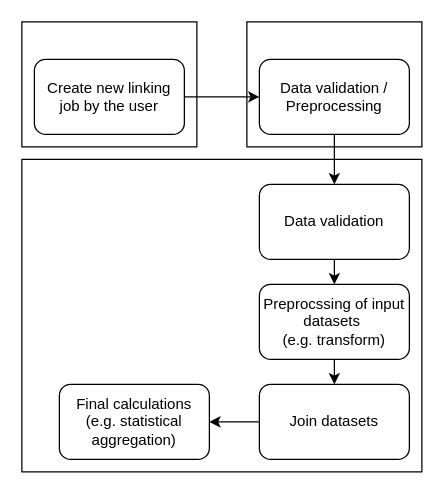
Earlier version of the draw.io diagram sora/agit_workflow_linking.drawio (traveller195/draw_io). Source tidied: cells renumbered, new cells numbered last; positions are measured from the earlier drawing's top-left corner, leaving out a move shared by most shapes. Both pictures are drawn from the tidied source at 125%, with x=0, y=0 at pixel (21, 21).
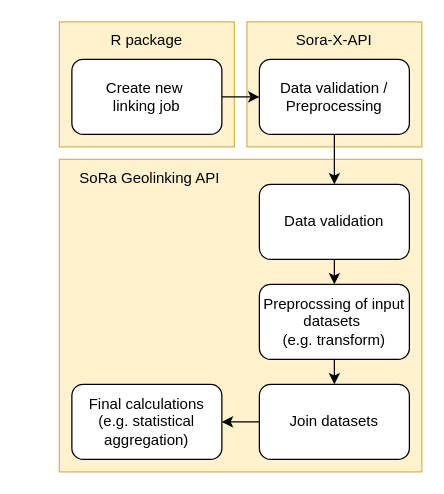
The same page after the edit.

Diff of the diagram source:
```diff
@@
 <mxGraphModel>
   <root>
     <mxCell id="0" />
     <mxCell id="1" parent="0" />
-    <mxCell id="2" style="rounded=0;whiteSpace=wrap;html=1;" parent="1" vertex="1">
-      <mxGeometry y="110" width="320" height="250" as="geometry" />
+    <mxCell id="2" style="rounded=0;whiteSpace=wrap;html=1;fillColor=#fff2cc;strokeColor=#d6b656;" parent="1" vertex="1">
+      <mxGeometry x="30" y="110" width="290" height="250" as="geometry" />
     </mxCell>
-    <mxCell id="3" style="rounded=0;whiteSpace=wrap;html=1;" parent="1" vertex="1">
+    <mxCell id="3" style="rounded=0;whiteSpace=wrap;html=1;fillColor=#fff2cc;strokeColor=#d6b656;" parent="1" vertex="1">
       <mxGeometry x="180" width="140" height="100" as="geometry" />
     </mxCell>
-    <mxCell id="4" style="rounded=0;whiteSpace=wrap;html=1;" parent="1" vertex="1">
-      <mxGeometry width="140" height="100" as="geometry" />
+    <mxCell id="4" style="rounded=0;whiteSpace=wrap;html=1;fillColor=#fff2cc;strokeColor=#d6b656;" parent="1" vertex="1">
+      <mxGeometry x="30" width="140" height="100" as="geometry" />
     </mxCell>
     <mxCell id="5" style="edgeStyle=orthogonalEdgeStyle;rounded=0;jettySize=auto;html=1;exitX=1;exitY=0.5;exitDx=0;exitDy=0;entryX=0;entryY=0.5;entryDx=0;entryDy=0;" parent="1" edge="1" source="6" target="8">
       <mxGeometry relative="1" as="geometry" />
     </mxCell>
-    <mxCell id="6" value="&lt;div&gt;Create new linking job by the user &lt;br&gt;&lt;/div&gt;" style="rounded=1;whiteSpace=wrap;html=1;" parent="1" vertex="1">
-      <mxGeometry x="10" y="30" width="120" height="60" as="geometry" />
+    <mxCell id="6" value="&lt;div&gt;Create new&amp;nbsp;&lt;/div&gt;&lt;div&gt;linking job &lt;br&gt;&lt;/div&gt;" style="rounded=1;whiteSpace=wrap;html=1;" parent="1" vertex="1">
+      <mxGeometry x="40" y="30" width="120" height="60" as="geometry" />
     </mxCell>
     <mxCell id="7" style="edgeStyle=orthogonalEdgeStyle;rounded=0;jettySize=auto;html=1;exitX=0.5;exitY=1;exitDx=0;exitDy=0;entryX=0.5;entryY=0;entryDx=0;entryDy=0;" parent="1" edge="1" source="8" target="10">
       <mxGeometry relative="1" as="geometry" />
     </mxCell>
     <mxCell id="8" value="Data validation / Preprocessing" style="rounded=1;whiteSpace=wrap;html=1;" parent="1" vertex="1">
       <mxGeometry x="190" y="30" width="120" height="60" as="geometry" />
     </mxCell>
     <mxCell id="9" style="edgeStyle=orthogonalEdgeStyle;rounded=0;jettySize=auto;html=1;exitX=0.5;exitY=1;exitDx=0;exitDy=0;entryX=0.5;entryY=0;entryDx=0;entryDy=0;" parent="1" edge="1" source="10" target="12">
       <mxGeometry relative="1" as="geometry" />
     </mxCell>
     <mxCell id="10" value="Data validation" style="rounded=1;whiteSpace=wrap;html=1;" parent="1" vertex="1">
       <mxGeometry x="190" y="130" width="120" height="60" as="geometry" />
     </mxCell>
     <mxCell id="11" style="edgeStyle=orthogonalEdgeStyle;rounded=0;jettySize=auto;html=1;exitX=0.5;exitY=1;exitDx=0;exitDy=0;entryX=0.5;entryY=0;entryDx=0;entryDy=0;" parent="1" edge="1" source="12" target="14">
       <mxGeometry relative="1" as="geometry" />
     </mxCell>
     <mxCell id="12" value="&lt;div&gt;Preprocssing of input datasets&amp;nbsp;&lt;/div&gt;&lt;div&gt;(e.g. transform)&lt;/div&gt;" style="rounded=1;whiteSpace=wrap;html=1;" parent="1" vertex="1">
       <mxGeometry x="190" y="210" width="120" height="60" as="geometry" />
     </mxCell>
     <mxCell id="13" style="edgeStyle=orthogonalEdgeStyle;rounded=0;jettySize=auto;html=1;exitX=0;exitY=0.5;exitDx=0;exitDy=0;entryX=1;entryY=0.5;entryDx=0;entryDy=0;" parent="1" edge="1" source="14" target="15">
       <mxGeometry relative="1" as="geometry" />
     </mxCell>
     <mxCell id="14" value="Join datasets" style="rounded=1;whiteSpace=wrap;html=1;" parent="1" vertex="1">
       <mxGeometry x="190" y="290" width="120" height="60" as="geometry" />
     </mxCell>
     <mxCell id="15" value="Final calculations (e.g. statistical aggregation)" style="rounded=1;whiteSpace=wrap;html=1;" parent="1" vertex="1">
-      <mxGeometry x="30" y="290" width="120" height="60" as="geometry" />
+      <mxGeometry x="40" y="290" width="120" height="60" as="geometry" />
     </mxCell>
+    <mxCell id="16" value="R package" style="text;html=1;align=center;verticalAlign=middle;whiteSpace=wrap;rounded=0;" parent="1" vertex="1">
+      <mxGeometry x="70" width="60" height="30" as="geometry" />
+    </mxCell>
+    <mxCell id="17" value="Sora-X-API" style="text;html=1;align=center;verticalAlign=middle;whiteSpace=wrap;rounded=0;" parent="1" vertex="1">
+      <mxGeometry x="215" width="70" height="30" as="geometry" />
+    </mxCell>
+    <mxCell id="18" value="SoRa Geolinking API" style="text;html=1;align=center;verticalAlign=middle;whiteSpace=wrap;rounded=0;" parent="1" vertex="1">
+      <mxGeometry x="40" y="110" width="125" height="30" as="geometry" />
+    </mxCell>
   </root>
 </mxGraphModel>
```
